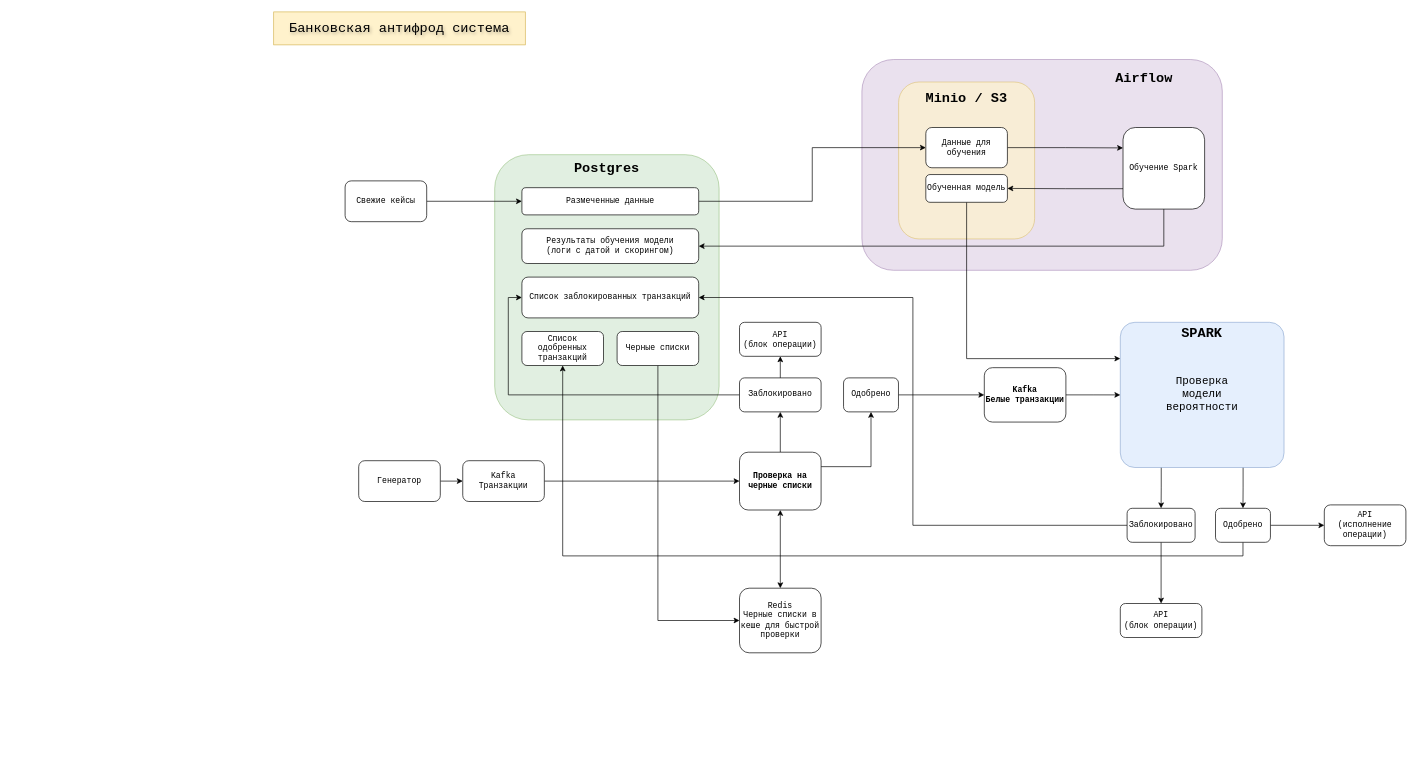
Earlier version of the draw.io diagram page "Antifrod_Project" (5 of 6) of projects/data/projects_diag.drawio (mustdayker/data_portfolio). Source tidied: cells renumbered, new cells numbered last; positions are measured from the earlier drawing's top-left corner, leaving out a move shared by most shapes. Both pictures are drawn from the tidied source at 68%, with x=0, y=0 at pixel (273, 12).
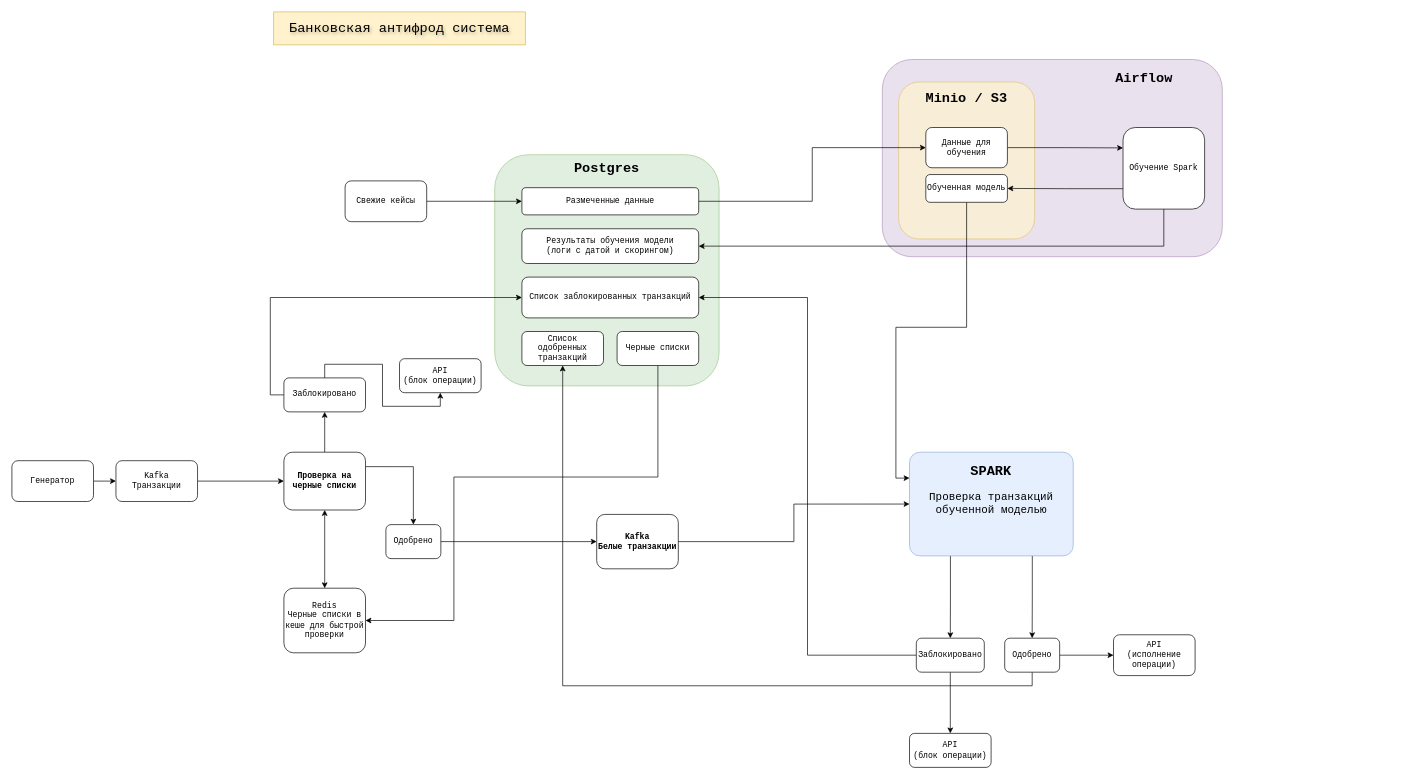
Above is the later version.

Unchanged cells that the change refers to:
```xml
<mxCell id="40" value="Черные списки" style="rounded=1;whiteSpace=wrap;html=1;fontFamily=Consolas;" parent="1" vertex="1">
  <mxGeometry x="505" y="470" width="120" height="50" as="geometry" />
</mxCell>
```

What changed in the source:
```diff
@@
     <mxCell id="2" style="rounded=1;whiteSpace=wrap;html=1;fontSize=16;fillColor=#e1d5e7;strokeColor=#9673a6;opacity=70;" parent="1" vertex="1">
-      <mxGeometry x="865" y="70" width="530" height="310" as="geometry" />
+      <mxGeometry x="895" y="70" width="500" height="290" as="geometry" />
     </mxCell>
@@
     <mxCell id="4" style="rounded=1;whiteSpace=wrap;html=1;fontSize=16;fillColor=#d5e8d4;strokeColor=#82b366;opacity=70;" parent="1" vertex="1">
-      <mxGeometry x="325" y="210" width="330" height="390" as="geometry" />
+      <mxGeometry x="325" y="210" width="330" height="340" as="geometry" />
     </mxCell>
@@
-    <mxCell id="11" value="Проверка&lt;div&gt;модели&lt;/div&gt;&lt;div&gt;вероятности&lt;/div&gt;" style="rounded=1;whiteSpace=wrap;html=1;fontSize=16;fillColor=#dae8fc;strokeColor=#6c8ebf;opacity=70;arcSize=10;strokeWidth=1;fontFamily=Consolas;" parent="1" vertex="1">
-      <mxGeometry x="1245" y="456.5" width="240.8" height="213.5" as="geometry" />
+    <mxCell id="11" value="Проверка транзакций обученной моделью" style="rounded=1;whiteSpace=wrap;html=1;fontSize=16;fillColor=#dae8fc;strokeColor=#6c8ebf;opacity=70;arcSize=10;strokeWidth=1;fontFamily=Consolas;" parent="1" vertex="1">
+      <mxGeometry x="935" y="647.5" width="240.8" height="152.5" as="geometry" />
     </mxCell>
@@
     <mxCell id="15" value="Генератор" style="rounded=1;whiteSpace=wrap;html=1;fontFamily=Consolas;" parent="1" vertex="1">
-      <mxGeometry x="125" y="660" width="120" height="60" as="geometry" />
+      <mxGeometry x="-385" y="660" width="120" height="60" as="geometry" />
     </mxCell>
@@
     <mxCell id="17" value="Kafka&lt;div&gt;Транзакции&lt;/div&gt;" style="rounded=1;whiteSpace=wrap;html=1;fontFamily=Consolas;" parent="1" vertex="1">
-      <mxGeometry x="278" y="660" width="120" height="60" as="geometry" />
+      <mxGeometry x="-232" y="660" width="120" height="60" as="geometry" />
     </mxCell>
@@
     <mxCell id="21" value="Проверка на черные списки" style="rounded=1;whiteSpace=wrap;html=1;fontFamily=Consolas;fontStyle=1;" parent="1" vertex="1">
-      <mxGeometry x="685" y="647.5" width="120" height="85" as="geometry" />
+      <mxGeometry x="15" y="647.5" width="120" height="85" as="geometry" />
     </mxCell>
     <mxCell id="22" value="Redis&lt;div&gt;Черные списки в кеше для быстрой проверки&lt;/div&gt;" style="rounded=1;whiteSpace=wrap;html=1;fontFamily=Consolas;" parent="1" vertex="1">
-      <mxGeometry x="685" y="847.5" width="120" height="95" as="geometry" />
+      <mxGeometry x="15" y="847.5" width="120" height="95" as="geometry" />
     </mxCell>
@@
     <mxCell id="24" value="Kafka&lt;div&gt;Белые транзакции&lt;/div&gt;" style="rounded=1;whiteSpace=wrap;html=1;fontFamily=Consolas;fontStyle=1;" parent="1" vertex="1">
-      <mxGeometry x="1045" y="523.2" width="120" height="80" as="geometry" />
+      <mxGeometry x="475" y="739" width="120" height="80" as="geometry" />
     </mxCell>
     <mxCell id="25" value="SPARK" style="text;html=1;whiteSpace=wrap;strokeColor=none;fillColor=none;align=center;verticalAlign=middle;rounded=0;fontFamily=Consolas;fontStyle=1;fontSize=20;" parent="1" vertex="1">
-      <mxGeometry x="1290.4" y="456.5" width="150" height="30" as="geometry" />
+      <mxGeometry x="980.4" y="660" width="150" height="30" as="geometry" />
     </mxCell>
     <mxCell id="26" value="API&lt;div&gt;(исполнение операции)&lt;/div&gt;" style="rounded=1;whiteSpace=wrap;html=1;fontFamily=Consolas;" parent="1" vertex="1">
-      <mxGeometry x="1545" y="725" width="120" height="60" as="geometry" />
+      <mxGeometry x="1235" y="916" width="120" height="60" as="geometry" />
     </mxCell>
@@
-    <mxCell id="39" style="edgeStyle=orthogonalEdgeStyle;rounded=0;jettySize=auto;html=1;exitX=0.5;exitY=1;exitDx=0;exitDy=0;entryX=0;entryY=0.5;entryDx=0;entryDy=0;" parent="1" edge="1" source="40" target="22">
-      <mxGeometry relative="1" as="geometry" />
+    <mxCell id="39" style="edgeStyle=orthogonalEdgeStyle;rounded=0;jettySize=auto;html=1;exitX=0.5;exitY=1;exitDx=0;exitDy=0;" parent="1" edge="1" source="40" target="22">
+      <mxGeometry relative="1" as="geometry">
+        <Array as="points">
+          <mxPoint x="565" y="684" />
+          <mxPoint x="265" y="684" />
+          <mxPoint x="265" y="895" />
+        </Array>
+      </mxGeometry>
     </mxCell>
@@
     <mxCell id="41" value="API&lt;div&gt;(блок операции)&lt;/div&gt;" style="rounded=1;whiteSpace=wrap;html=1;fontFamily=Consolas;" parent="1" vertex="1">
-      <mxGeometry x="1245" y="870" width="120" height="50" as="geometry" />
+      <mxGeometry x="935" y="1061" width="120" height="50" as="geometry" />
     </mxCell>
@@
     <mxCell id="44" value="Одобрено" style="rounded=1;whiteSpace=wrap;html=1;fontFamily=Consolas;" parent="1" vertex="1">
-      <mxGeometry x="1385" y="730" width="80.8" height="50" as="geometry" />
+      <mxGeometry x="1075" y="921" width="80.8" height="50" as="geometry" />
     </mxCell>
@@
     <mxCell id="47" value="Заблокировано" style="rounded=1;whiteSpace=wrap;html=1;fontFamily=Consolas;" parent="1" vertex="1">
-      <mxGeometry x="1255" y="730" width="100" height="50" as="geometry" />
+      <mxGeometry x="945" y="921" width="100" height="50" as="geometry" />
     </mxCell>
@@
     <mxCell id="49" value="Одобрено" style="rounded=1;whiteSpace=wrap;html=1;fontFamily=Consolas;" parent="1" vertex="1">
-      <mxGeometry x="838" y="538.2" width="80.8" height="50" as="geometry" />
+      <mxGeometry x="165" y="754" width="80.8" height="50" as="geometry" />
     </mxCell>
@@
     <mxCell id="52" value="Заблокировано" style="rounded=1;whiteSpace=wrap;html=1;fontFamily=Consolas;" parent="1" vertex="1">
-      <mxGeometry x="685" y="538.2" width="120" height="50" as="geometry" />
+      <mxGeometry x="15" y="538.2" width="120" height="50" as="geometry" />
     </mxCell>
     <mxCell id="53" value="API&lt;div&gt;(блок операции)&lt;/div&gt;" style="rounded=1;whiteSpace=wrap;html=1;fontFamily=Consolas;" parent="1" vertex="1">
-      <mxGeometry x="685" y="456.5" width="120" height="50" as="geometry" />
+      <mxGeometry x="185" y="510" width="120" height="50" as="geometry" />
     </mxCell>
```
